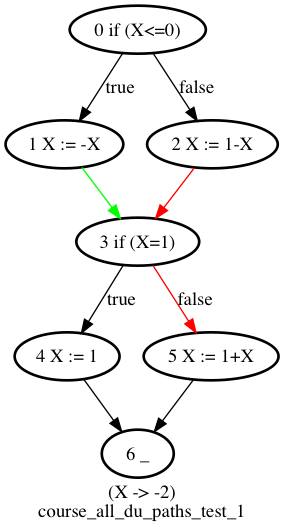
ghigi123/ivf keeps this Graphviz diagram as graphs/course_all_du_paths_test_1.png. Above is the earlier version. Its source is kept beside it as graphs/course_all_du_paths_test_1.dot.
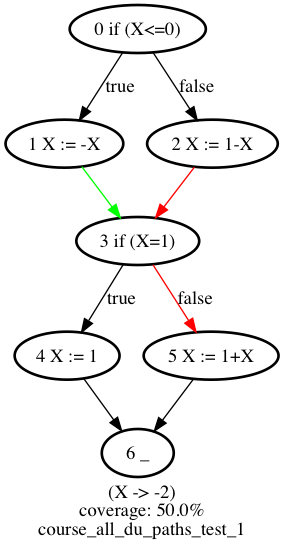
Later version of the same file.

What changed in the source:
```diff
@@ -1,5 +1,6 @@
 digraph course_all_du_paths_test_1 {
 	label = "(X -> -2)
+coverage: 50.0%
 course_all_du_paths_test_1"
 	"1 X := -X" [style = bold]
 	"4 X := 1" -> "6 _"
```
